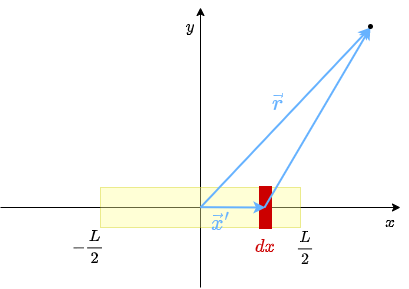
Above: LectureNotes/Class_06/Charged Rod.drawio.png in ChristopherSLeavitt/phy261-Julia (draw.io), before the change. Source tidied: cells renumbered, new cells last; positions are measured from the earlier drawing's top-left corner, leaving out a move shared by most shapes.
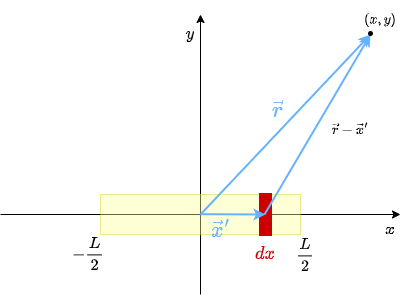
Later version of the same file.

The edit, as a diff of the source:
```diff
@@ -3,7 +3,7 @@
     <mxCell id="0" />
     <mxCell id="1" parent="0" />
     <mxCell id="2" style="group;" parent="1" vertex="1">
-      <mxGeometry width="400" height="280" as="geometry" />
+      <mxGeometry width="410" height="280" as="geometry" />
     </mxCell>
     <mxCell id="3" style="endArrow=classic;html=1;rounded=0;startArrow=none;" parent="2" edge="1" source="7">
       <mxGeometry relative="1" as="geometry">
@@ -87,5 +87,11 @@
     <mxCell id="22" value="$$\vec{x}^{\prime}$$" style="text;html=1;align=center;verticalAlign=middle;strokeColor=none;fillColor=none;fontSize=19;fontColor=#66B2FF;" parent="2" vertex="1">
       <mxGeometry x="120" y="195" width="200" height="40" as="geometry" />
     </mxCell>
+    <mxCell id="23" value="$$\vec{r} -\vec{x}^{\prime}$$" style="text;html=1;strokeColor=none;fillColor=none;align=center;verticalAlign=middle;whiteSpace=wrap;rounded=0;" parent="2" vertex="1">
+      <mxGeometry x="320" y="100" width="60" height="30" as="geometry" />
+    </mxCell>
+    <mxCell id="24" value="$$(x,y)$$" style="text;html=1;strokeColor=none;fillColor=none;align=center;verticalAlign=middle;whiteSpace=wrap;rounded=0;" parent="2" vertex="1">
+      <mxGeometry x="350" y="-10" width="60" height="30" as="geometry" />
+    </mxCell>
   </root>
 </mxGraphModel>
```
